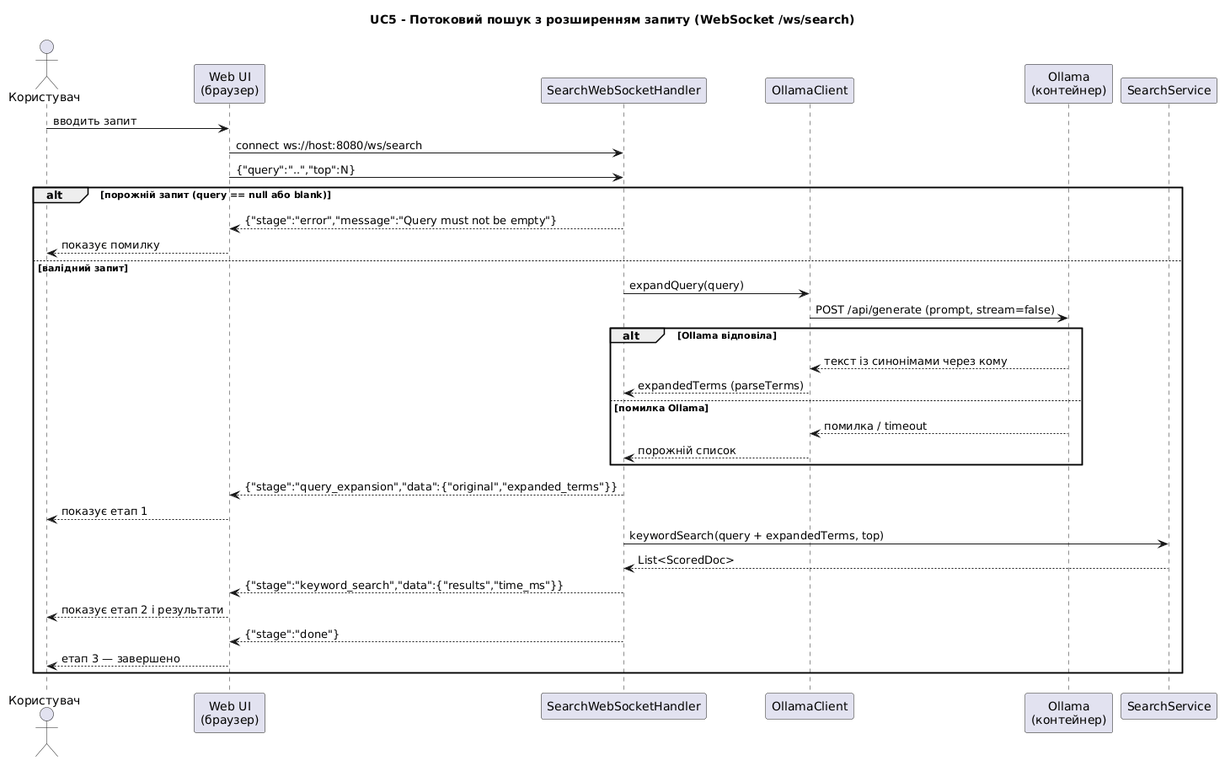
Before: docs/uml/07_seq_uc5_websocket.png, a diagram exported from PlantUML (KovalSS/distributed-search-pipeline).
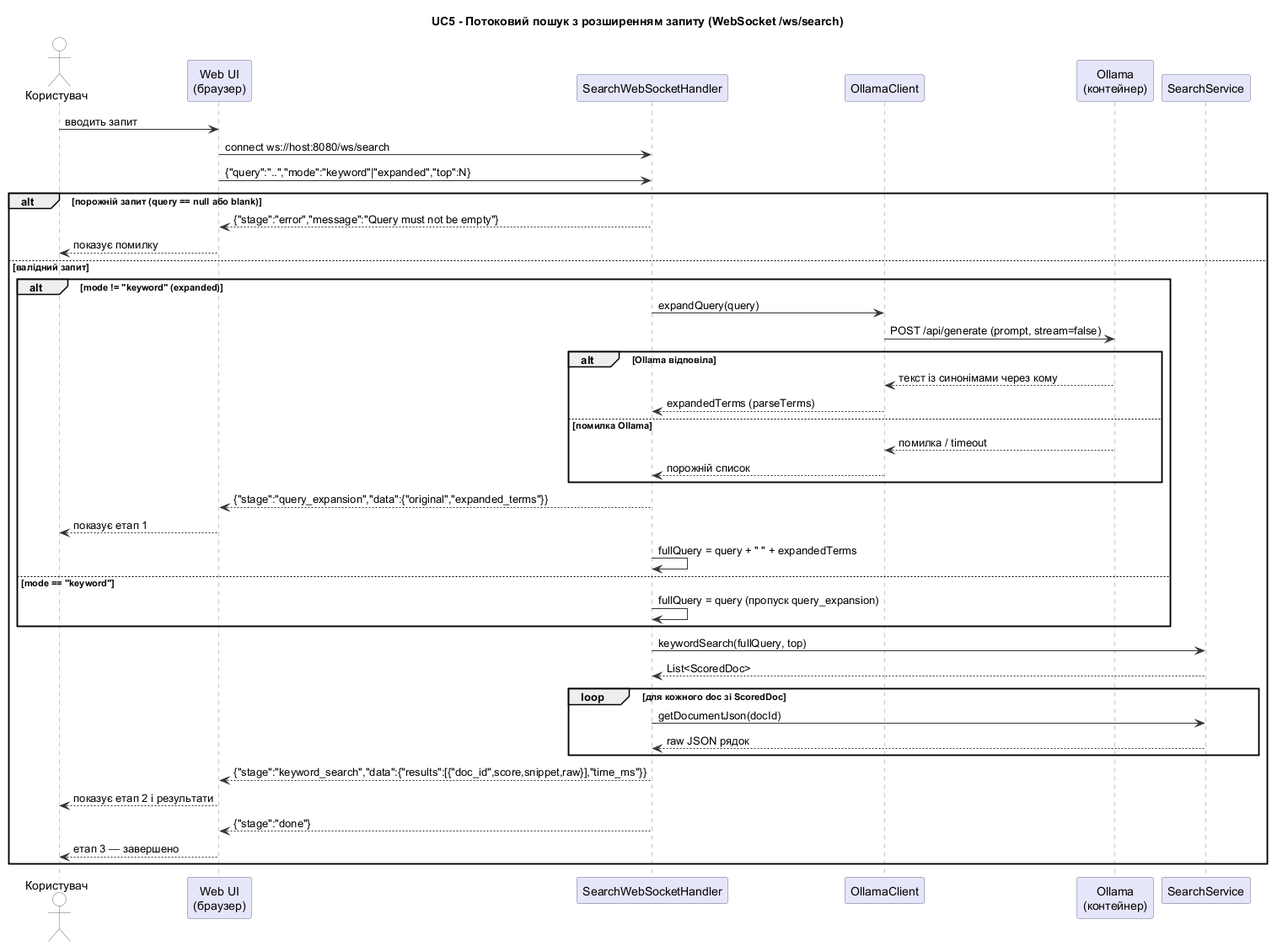
Above is the later version.

Change to the diagram source:
```diff
@@ -1,38 +1,59 @@
 @startuml
 title UC5 - Потоковий пошук з розширенням запиту (WebSocket /ws/search)
+autonumber stop
+
+skinparam sequence {
+  ParticipantBackgroundColor #E6E6FA
+  ParticipantBorderColor #686888
+  ActorBackgroundColor #FFFFFF
+  ActorBorderColor #686888
+  ArrowColor #333333
+  LifeLineBorderColor #888888
+}
+
 actor Користувач
-participant "Web UI\n(браузер)" as Client
-participant SearchWebSocketHandler as WS
+participant "Web UI\n(браузер)" as WebUI
+participant SearchWebSocketHandler
 participant OllamaClient
 participant "Ollama\n(контейнер)" as Ollama
 participant SearchService
 
-Користувач -> Client : вводить запит
-Client -> WS : connect ws://host:8080/ws/search
-Client -> WS : {"query":"..","top":N}
+Користувач -> WebUI: вводить запит
+WebUI -> SearchWebSocketHandler: connect ws://host:8080/ws/search
+WebUI -> SearchWebSocketHandler: {"query":"..","mode":"keyword"|"expanded","top":N}
 
 alt порожній запит (query == null або blank)
-  WS --> Client : {"stage":"error","message":"Query must not be empty"}
-  Client --> Користувач : показує помилку
+    SearchWebSocketHandler --> WebUI: {"stage":"error","message":"Query must not be empty"}
+    WebUI --> Користувач: показує помилку
 else валідний запит
-  WS -> OllamaClient : expandQuery(query)
-  OllamaClient -> Ollama : POST /api/generate (prompt, stream=false)
-  alt Ollama відповіла
-    Ollama --> OllamaClient : текст із синонімами через кому
-    OllamaClient --> WS : expandedTerms (parseTerms)
-  else помилка Ollama
-    Ollama --> OllamaClient : помилка / timeout
-    OllamaClient --> WS : порожній список
-  end
-  WS --> Client : {"stage":"query_expansion","data":{"original","expanded_terms"}}
-  Client --> Користувач : показує етап 1
+    alt mode != "keyword" (expanded)
+        SearchWebSocketHandler -> OllamaClient: expandQuery(query)
+        OllamaClient -> Ollama: POST /api/generate (prompt, stream=false)
+        alt Ollama відповіла
+            Ollama --> OllamaClient: текст із синонімами через кому
+            OllamaClient --> SearchWebSocketHandler: expandedTerms (parseTerms)
+        else помилка Ollama
+            Ollama --> OllamaClient: помилка / timeout
+            OllamaClient --> SearchWebSocketHandler: порожній список
+        end
+        SearchWebSocketHandler --> WebUI: {"stage":"query_expansion","data":{"original","expanded_terms"}}
+        WebUI --> Користувач: показує етап 1
+        SearchWebSocketHandler -> SearchWebSocketHandler: fullQuery = query + " " + expandedTerms
+    else mode == "keyword"
+        SearchWebSocketHandler -> SearchWebSocketHandler: fullQuery = query (пропуск query_expansion)
+    end
 
-  WS -> SearchService : keywordSearch(query + expandedTerms, top)
-  SearchService --> WS : List<ScoredDoc>
-  WS --> Client : {"stage":"keyword_search","data":{"results","time_ms"}}
-  Client --> Користувач : показує етап 2 і результати
+    SearchWebSocketHandler -> SearchService: keywordSearch(fullQuery, top)
+    SearchService --> SearchWebSocketHandler: List<ScoredDoc>
 
-  WS --> Client : {"stage":"done"}
-  Client --> Користувач : етап 3 — завершено
+    loop для кожного doc зі ScoredDoc
+        SearchWebSocketHandler -> SearchService: getDocumentJson(docId)
+        SearchService --> SearchWebSocketHandler: raw JSON рядок
+    end
+
+    SearchWebSocketHandler --> WebUI: {"stage":"keyword_search","data":{"results":[{"doc_id",score,snippet,raw}],"time_ms"}}
+    WebUI --> Користувач: показує етап 2 і результати
+    SearchWebSocketHandler --> WebUI: {"stage":"done"}
+    WebUI --> Користувач: етап 3 — завершено
 end
 @enduml
```
